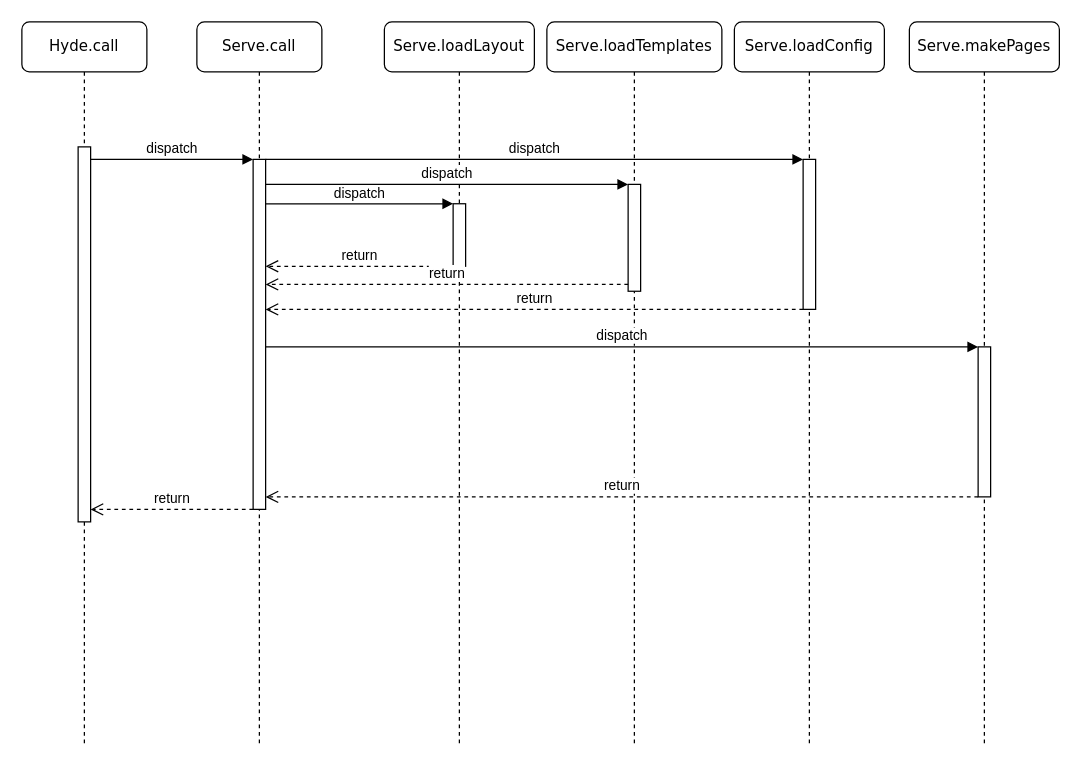
dil-classroom/projet-marzullo_matias_monti_golay_perrenoud keeps this draw.io diagram as conception/sequence_diagram_build.drawio. Above is the earlier version. Source tidied: cells renumbered, new cells numbered last; positions are measured from the earlier drawing's top-left corner, leaving out a move shared by most shapes. Both pictures are drawn from the tidied source at 125%, with x=0, y=0 at pixel (21, 21).
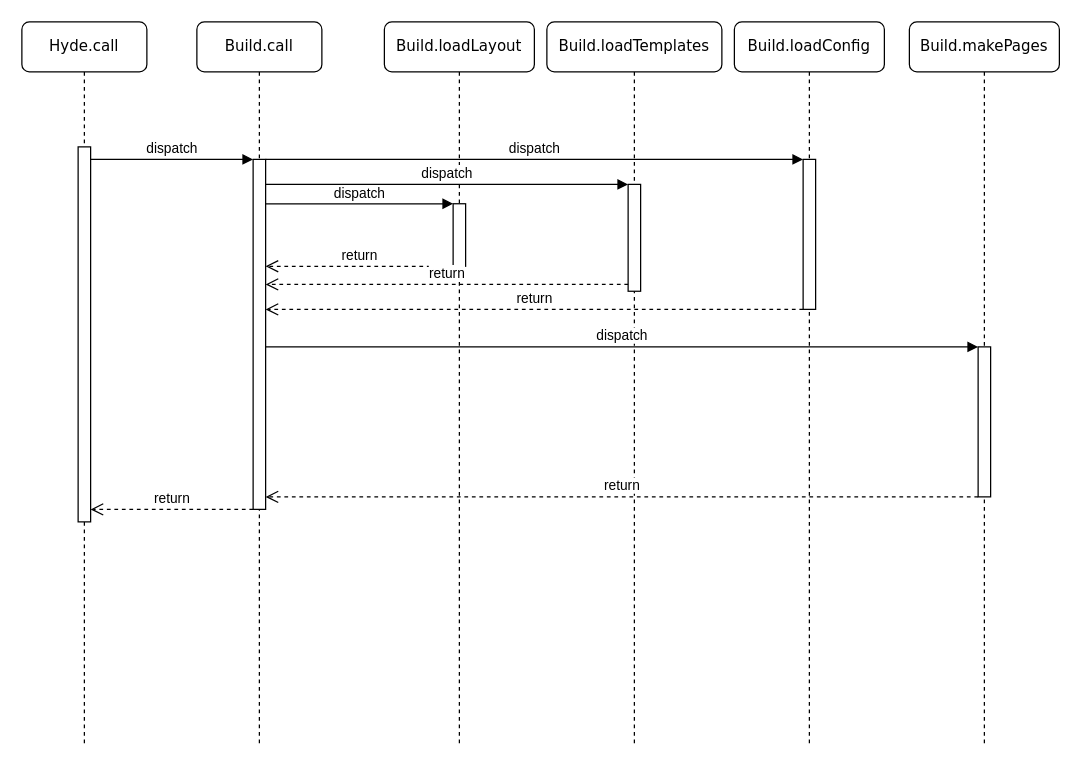
Above is the later version.

Commit message:
fix: Wrong command name in diagram

Diff of the diagram source:
```diff
@@
-    <mxCell id="2" value="&lt;div&gt;Serve.call&lt;/div&gt;" style="shape=umlLifeline;perimeter=lifelinePerimeter;whiteSpace=wrap;html=1;rounded=1;shadow=0;comic=0;labelBackgroundColor=none;strokeWidth=1;fontFamily=Verdana;fontSize=12;align=center;" parent="1" vertex="1">
+    <mxCell id="2" value="&lt;div&gt;Build.call&lt;/div&gt;" style="shape=umlLifeline;perimeter=lifelinePerimeter;whiteSpace=wrap;html=1;rounded=1;shadow=0;comic=0;labelBackgroundColor=none;strokeWidth=1;fontFamily=Verdana;fontSize=12;align=center;" parent="1" vertex="1">
       <mxGeometry x="140" width="100" height="580" as="geometry" />
     </mxCell>
@@
-    <mxCell id="4" value="&lt;div&gt;Serve.loadLayout&lt;/div&gt;" style="shape=umlLifeline;perimeter=lifelinePerimeter;whiteSpace=wrap;html=1;rounded=1;shadow=0;comic=0;labelBackgroundColor=none;strokeWidth=1;fontFamily=Verdana;fontSize=12;align=center;" parent="1" vertex="1">
+    <mxCell id="4" value="&lt;div&gt;Build.loadLayout&lt;/div&gt;" style="shape=umlLifeline;perimeter=lifelinePerimeter;whiteSpace=wrap;html=1;rounded=1;shadow=0;comic=0;labelBackgroundColor=none;strokeWidth=1;fontFamily=Verdana;fontSize=12;align=center;" parent="1" vertex="1">
       <mxGeometry x="290" width="120" height="580" as="geometry" />
     </mxCell>
@@
-    <mxCell id="6" value="Serve.loadTemplates" style="shape=umlLifeline;perimeter=lifelinePerimeter;whiteSpace=wrap;html=1;rounded=1;shadow=0;comic=0;labelBackgroundColor=none;strokeWidth=1;fontFamily=Verdana;fontSize=12;align=center;" parent="1" vertex="1">
+    <mxCell id="6" value="Build.loadTemplates" style="shape=umlLifeline;perimeter=lifelinePerimeter;whiteSpace=wrap;html=1;rounded=1;shadow=0;comic=0;labelBackgroundColor=none;strokeWidth=1;fontFamily=Verdana;fontSize=12;align=center;" parent="1" vertex="1">
       <mxGeometry x="420" width="140" height="580" as="geometry" />
     </mxCell>
@@
-    <mxCell id="8" value="&lt;div&gt;Serve.loadConfig&lt;/div&gt;" style="shape=umlLifeline;perimeter=lifelinePerimeter;whiteSpace=wrap;html=1;rounded=1;shadow=0;comic=0;labelBackgroundColor=none;strokeWidth=1;fontFamily=Verdana;fontSize=12;align=center;" parent="1" vertex="1">
+    <mxCell id="8" value="&lt;div&gt;Build.loadConfig&lt;/div&gt;" style="shape=umlLifeline;perimeter=lifelinePerimeter;whiteSpace=wrap;html=1;rounded=1;shadow=0;comic=0;labelBackgroundColor=none;strokeWidth=1;fontFamily=Verdana;fontSize=12;align=center;" parent="1" vertex="1">
       <mxGeometry x="570" width="120" height="580" as="geometry" />
     </mxCell>
@@
-    <mxCell id="20" value="&lt;div&gt;Serve.makePages&lt;/div&gt;" style="shape=umlLifeline;perimeter=lifelinePerimeter;whiteSpace=wrap;html=1;rounded=1;shadow=0;comic=0;labelBackgroundColor=none;strokeWidth=1;fontFamily=Verdana;fontSize=12;align=center;" parent="1" vertex="1">
+    <mxCell id="20" value="&lt;div&gt;Build.makePages&lt;/div&gt;" style="shape=umlLifeline;perimeter=lifelinePerimeter;whiteSpace=wrap;html=1;rounded=1;shadow=0;comic=0;labelBackgroundColor=none;strokeWidth=1;fontFamily=Verdana;fontSize=12;align=center;" parent="1" vertex="1">
       <mxGeometry x="710" width="120" height="580" as="geometry" />
     </mxCell>
```
